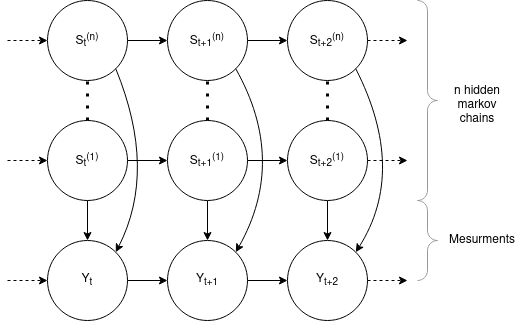
This is poster/figures/FHMM.drawio.png from BenjaminFrazer/thesis_tools, a draw.io export, as it was before one commit. Source tidied: cells renumbered, new cells last; positions are measured from the earlier drawing's top-left corner, leaving out a move shared by most shapes.
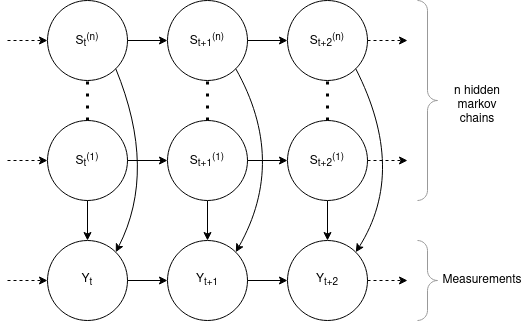
After the commit.

What changed in the source:
```diff
@@ -127,10 +127,10 @@
       <mxGeometry x="440" y="70" width="60" height="70" as="geometry" />
     </mxCell>
     <mxCell id="34" style="labelPosition=right;align=left;strokeWidth=1;shape=mxgraph.mockup.markup.curlyBrace;html=1;shadow=0;dashed=0;strokeColor=#999999;direction=north;rotation=-180;" parent="1" vertex="1">
-      <mxGeometry x="410" y="200" width="20" height="80" as="geometry" />
+      <mxGeometry x="410" y="240" width="20" height="80" as="geometry" />
     </mxCell>
-    <mxCell id="35" value="Mesurments" style="text;html=1;strokeColor=none;fillColor=none;align=center;verticalAlign=middle;whiteSpace=wrap;rounded=0;" parent="1" vertex="1">
-      <mxGeometry x="440" y="205" width="70" height="70" as="geometry" />
+    <mxCell id="35" value="Measurements" style="text;html=1;strokeColor=none;fillColor=none;align=center;verticalAlign=middle;whiteSpace=wrap;rounded=0;" parent="1" vertex="1">
+      <mxGeometry x="440" y="245" width="70" height="70" as="geometry" />
     </mxCell>
   </root>
 </mxGraphModel>
```
